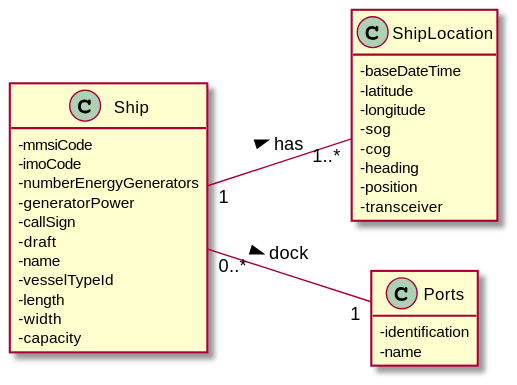
0franciscor/lapr3-2021-g042 keeps this PlantUML diagram as docs/US404/US404_DM.svg. Above is the earlier version.
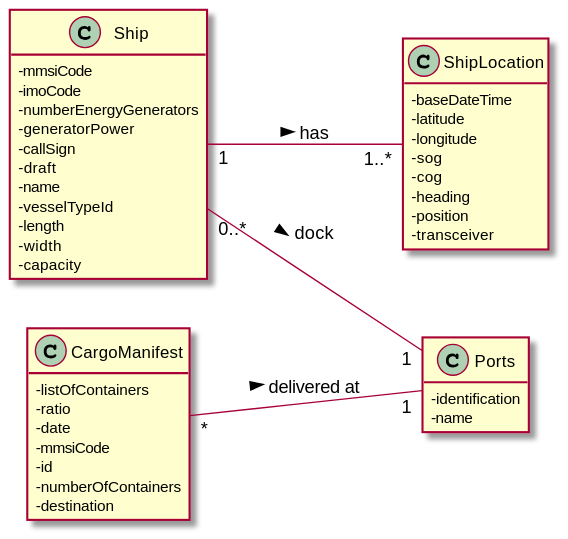
After the change.

The edit, as a diff of the source:
```diff
@@ -33,7 +33,17 @@
 -name
 }
 
+class CargoManifest {
+-listOfContainers
+-ratio
+-date
+-mmsiCode
+-id
+-numberOfContainers
+-destination
+}
 
+CargoManifest "*" -- "1" Ports : delivered at >
 Ship "1" -- "1..*" ShipLocation : has >
 Ship "0..*"--"1" Ports: dock >
 
```
